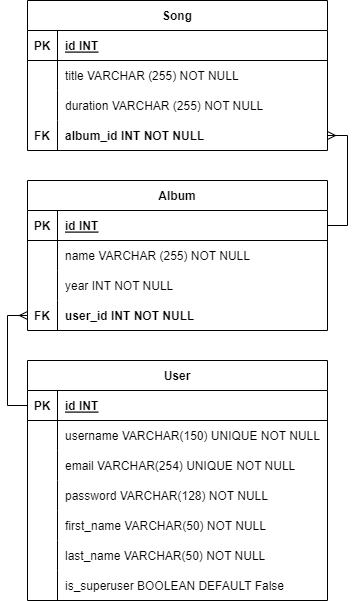
Earlier version of the draw.io export bandkamp.drawio.png (naoeoneto/bandkamp-generic-view). Source tidied: cells renumbered, new cells last; positions are measured from the earlier drawing's top-left corner, leaving out a move shared by most shapes.
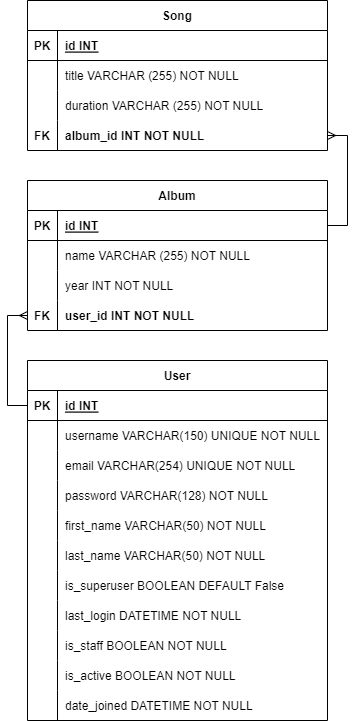
After the change.

Change to the diagram source:
```diff
@@ -81,7 +81,7 @@
       <mxGeometry x="30" width="270" height="30" as="geometry" />
     </mxCell>
     <mxCell id="28" value="User" style="shape=table;startSize=30;rowLines=0;fontStyle=1;align=center;" parent="1" vertex="1">
-      <mxGeometry x="20" y="360" width="300" height="240" as="geometry" />
+      <mxGeometry x="20" y="360" width="300" height="360" as="geometry" />
     </mxCell>
     <mxCell id="29" style="shape=tableRow;horizontal=0;startSize=0;swimlaneHead=0;swimlaneBody=0;fillColor=none;points=[[0,0.5],[1,0.5]];portConstraint=eastwest;top=0;left=0;right=0;bottom=1;" parent="28" vertex="1">
       <mxGeometry y="30" width="300" height="30" as="geometry" />
@@ -146,6 +146,42 @@
     <mxCell id="49" value="is_superuser BOOLEAN DEFAULT False" style="shape=partialRectangle;fillColor=none;top=0;left=0;bottom=0;right=0;align=left;spacingLeft=6;overflow=hidden;" parent="47" vertex="1">
       <mxGeometry x="30" width="270" height="30" as="geometry" />
     </mxCell>
+    <mxCell id="52" style="shape=tableRow;horizontal=0;startSize=0;swimlaneHead=0;swimlaneBody=0;fillColor=none;top=0;left=0;right=0;bottom=0;" parent="28" vertex="1">
+      <mxGeometry y="240" width="300" height="30" as="geometry" />
+    </mxCell>
+    <mxCell id="53" style="shape=partialRectangle;fillColor=none;top=0;left=0;bottom=0;right=0;overflow=hidden;" parent="52" vertex="1">
+      <mxGeometry width="30" height="30" as="geometry" />
+    </mxCell>
+    <mxCell id="54" value="last_login DATETIME NOT NULL" style="shape=partialRectangle;fillColor=none;top=0;left=0;bottom=0;right=0;align=left;spacingLeft=6;overflow=hidden;" parent="52" vertex="1">
+      <mxGeometry x="30" width="270" height="30" as="geometry" />
+    </mxCell>
+    <mxCell id="55" style="shape=tableRow;horizontal=0;startSize=0;swimlaneHead=0;swimlaneBody=0;fillColor=none;top=0;left=0;right=0;bottom=0;" parent="28" vertex="1">
+      <mxGeometry y="270" width="300" height="30" as="geometry" />
+    </mxCell>
+    <mxCell id="56" style="shape=partialRectangle;fillColor=none;top=0;left=0;bottom=0;right=0;overflow=hidden;" parent="55" vertex="1">
+      <mxGeometry width="30" height="30" as="geometry" />
+    </mxCell>
+    <mxCell id="57" value="is_staff BOOLEAN NOT NULL" style="shape=partialRectangle;fillColor=none;top=0;left=0;bottom=0;right=0;align=left;spacingLeft=6;overflow=hidden;" parent="55" vertex="1">
+      <mxGeometry x="30" width="270" height="30" as="geometry" />
+    </mxCell>
+    <mxCell id="58" style="shape=tableRow;horizontal=0;startSize=0;swimlaneHead=0;swimlaneBody=0;fillColor=none;top=0;left=0;right=0;bottom=0;" parent="28" vertex="1">
+      <mxGeometry y="300" width="300" height="30" as="geometry" />
+    </mxCell>
+    <mxCell id="59" style="shape=partialRectangle;fillColor=none;top=0;left=0;bottom=0;right=0;overflow=hidden;" parent="58" vertex="1">
+      <mxGeometry width="30" height="30" as="geometry" />
+    </mxCell>
+    <mxCell id="60" value="is_active BOOLEAN NOT NULL" style="shape=partialRectangle;fillColor=none;top=0;left=0;bottom=0;right=0;align=left;spacingLeft=6;overflow=hidden;" parent="58" vertex="1">
+      <mxGeometry x="30" width="270" height="30" as="geometry" />
+    </mxCell>
+    <mxCell id="61" style="shape=tableRow;horizontal=0;startSize=0;swimlaneHead=0;swimlaneBody=0;fillColor=none;top=0;left=0;right=0;bottom=0;" parent="28" vertex="1">
+      <mxGeometry y="330" width="300" height="30" as="geometry" />
+    </mxCell>
+    <mxCell id="62" style="shape=partialRectangle;fillColor=none;top=0;left=0;bottom=0;right=0;overflow=hidden;" parent="61" vertex="1">
+      <mxGeometry width="30" height="30" as="geometry" />
+    </mxCell>
+    <mxCell id="63" value="date_joined DATETIME NOT NULL" style="shape=partialRectangle;fillColor=none;top=0;left=0;bottom=0;right=0;align=left;spacingLeft=6;overflow=hidden;" parent="61" vertex="1">
+      <mxGeometry x="30" width="270" height="30" as="geometry" />
+    </mxCell>
     <mxCell id="50" style="edgeStyle=orthogonalEdgeStyle;fontSize=12;html=1;endArrow=ERmany;rounded=0;exitX=0;exitY=0.5;exitDx=0;exitDy=0;entryX=0;entryY=0.5;entryDx=0;entryDy=0;" parent="1" edge="1" source="29" target="25">
       <mxGeometry relative="1" as="geometry">
         <Array as="points">
```
